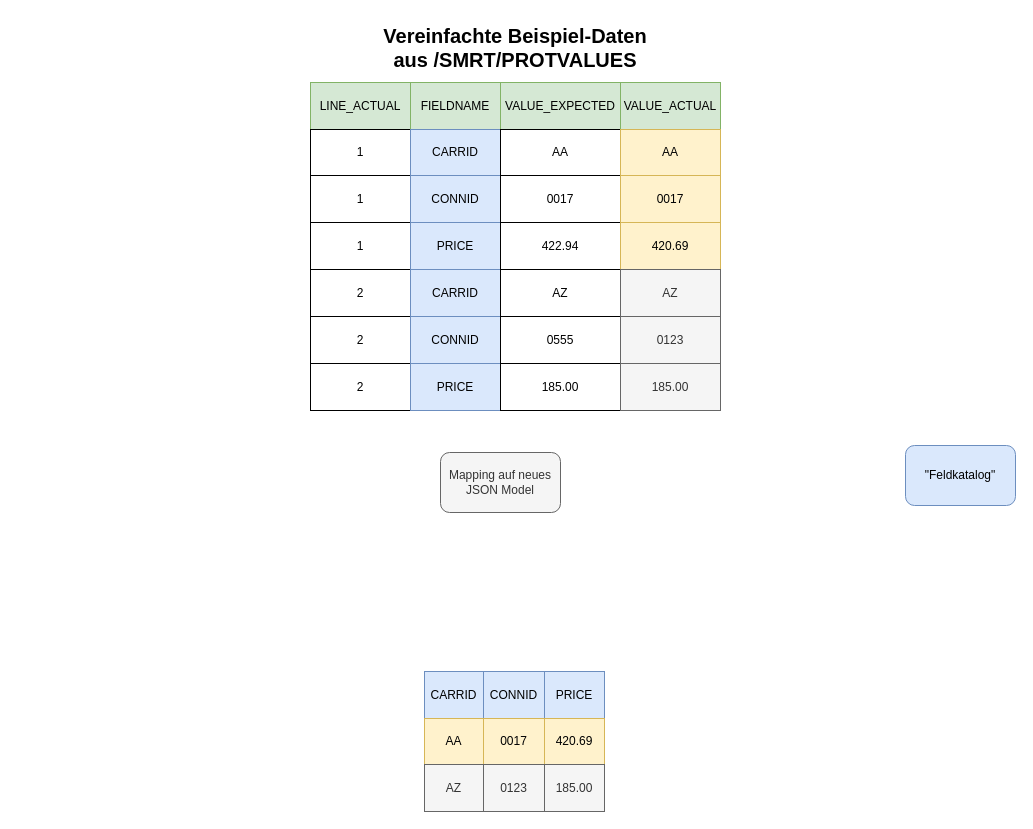
The draw.io diagram Strukturierte Ansicht Daten-Transformation.drawio in Raaphaaa/UI5-Playground, before the edit. Source tidied: cells renumbered, new cells numbered last; positions are measured from the earlier drawing's top-left corner, leaving out a move shared by most shapes. Both pictures are drawn from the tidied source at 100%, with x=0, y=0 at pixel (310, 17).
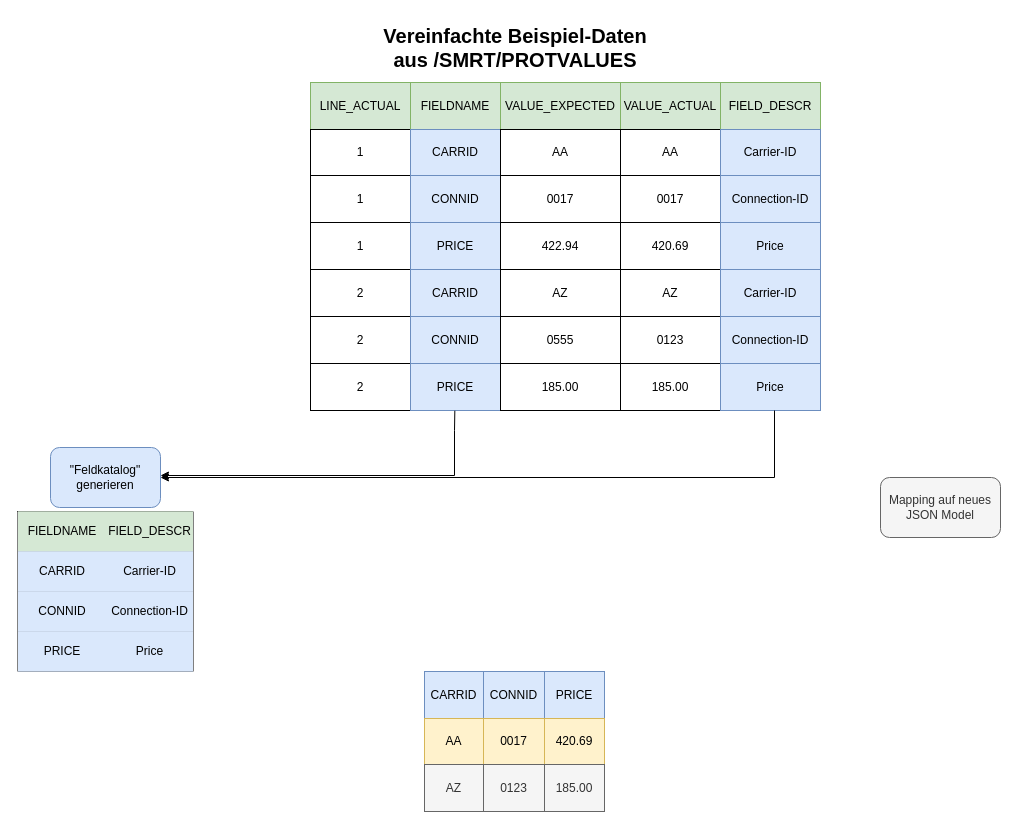
The same page after the edit.

What changed in the source:
```diff
@@
     <mxCell id="2" style="childLayout=tableLayout;shadow=0;fillColor=none;" parent="1" vertex="1">
-      <mxGeometry y="65" width="410" height="328" as="geometry" />
+      <mxGeometry y="65" width="510" height="328" as="geometry" />
     </mxCell>
     <mxCell id="3" style="shape=tableRow;horizontal=0;startSize=0;swimlaneHead=0;swimlaneBody=0;top=0;left=0;bottom=0;right=0;fontStyle=0;fillColor=#d5e8d4;strokeColor=#82b366;" parent="2" vertex="1">
-      <mxGeometry width="410" height="47" as="geometry" />
+      <mxGeometry width="510" height="47" as="geometry" />
     </mxCell>
@@
+    <mxCell id="54" value="FIELD_DESCR" style="strokeColor=#82b366;fillColor=#d5e8d4;align=center;whiteSpace=wrap;html=1;" parent="3" vertex="1">
+      <mxGeometry x="410" width="100" height="47" as="geometry" />
+    </mxCell>
     <mxCell id="8" style="shape=tableRow;horizontal=0;startSize=0;swimlaneHead=0;swimlaneBody=0;top=0;left=0;bottom=0;right=0;fontStyle=0;fillColor=#fff2cc;strokeColor=#d6b656;" parent="2" vertex="1">
-      <mxGeometry y="47" width="410" height="46" as="geometry" />
+      <mxGeometry y="47" width="510" height="46" as="geometry" />
     </mxCell>
@@
-    <mxCell id="12" value="AA" style="strokeColor=#d6b656;fillColor=#fff2cc;align=center;whiteSpace=wrap;html=1;" parent="8" vertex="1">
+    <mxCell id="12" value="AA" style="align=center;whiteSpace=wrap;html=1;" parent="8" vertex="1">
       <mxGeometry x="310" width="100" height="46" as="geometry" />
     </mxCell>
+    <mxCell id="55" value="Carrier-ID" style="strokeColor=#6c8ebf;fillColor=#dae8fc;align=center;whiteSpace=wrap;html=1;" parent="8" vertex="1">
+      <mxGeometry x="410" width="100" height="46" as="geometry" />
+    </mxCell>
     <mxCell id="13" style="shape=tableRow;horizontal=0;startSize=0;swimlaneHead=0;swimlaneBody=0;top=0;left=0;bottom=0;right=0;fontStyle=0;fillColor=#fff2cc;strokeColor=#d6b656;" parent="2" vertex="1">
-      <mxGeometry y="93" width="410" height="47" as="geometry" />
+      <mxGeometry y="93" width="510" height="47" as="geometry" />
     </mxCell>
@@
-    <mxCell id="17" value="0017" style="strokeColor=#d6b656;fillColor=#fff2cc;align=center;whiteSpace=wrap;html=1;" parent="13" vertex="1">
+    <mxCell id="17" value="0017" style="align=center;whiteSpace=wrap;html=1;" parent="13" vertex="1">
       <mxGeometry x="310" width="100" height="47" as="geometry" />
     </mxCell>
+    <mxCell id="56" value="Connection-ID" style="strokeColor=#6c8ebf;fillColor=#dae8fc;align=center;whiteSpace=wrap;html=1;" parent="13" vertex="1">
+      <mxGeometry x="410" width="100" height="47" as="geometry" />
+    </mxCell>
     <mxCell id="18" style="shape=tableRow;horizontal=0;startSize=0;swimlaneHead=0;swimlaneBody=0;top=0;left=0;bottom=0;right=0;fontStyle=0;fillColor=#fff2cc;strokeColor=#d6b656;" parent="2" vertex="1">
-      <mxGeometry y="140" width="410" height="47" as="geometry" />
+      <mxGeometry y="140" width="510" height="47" as="geometry" />
     </mxCell>
@@
-    <mxCell id="22" value="420.69" style="strokeColor=#d6b656;fillColor=#fff2cc;align=center;whiteSpace=wrap;html=1;" parent="18" vertex="1">
+    <mxCell id="22" value="420.69" style="align=center;whiteSpace=wrap;html=1;" parent="18" vertex="1">
       <mxGeometry x="310" width="100" height="47" as="geometry" />
     </mxCell>
+    <mxCell id="57" value="Price" style="strokeColor=#6c8ebf;fillColor=#dae8fc;align=center;whiteSpace=wrap;html=1;" parent="18" vertex="1">
+      <mxGeometry x="410" width="100" height="47" as="geometry" />
+    </mxCell>
     <mxCell id="23" style="shape=tableRow;horizontal=0;startSize=0;swimlaneHead=0;swimlaneBody=0;top=0;left=0;bottom=0;right=0;fontStyle=0;fillColor=#f5f5f5;strokeColor=#666666;fontColor=#333333;" parent="2" vertex="1">
-      <mxGeometry y="187" width="410" height="47" as="geometry" />
+      <mxGeometry y="187" width="510" height="47" as="geometry" />
     </mxCell>
@@
-    <mxCell id="27" value="AZ" style="strokeColor=#666666;fillColor=#f5f5f5;align=center;whiteSpace=wrap;html=1;fontColor=#333333;" parent="23" vertex="1">
+    <mxCell id="27" value="AZ" style="align=center;whiteSpace=wrap;html=1;" parent="23" vertex="1">
       <mxGeometry x="310" width="100" height="47" as="geometry" />
     </mxCell>
+    <mxCell id="58" value="Carrier-ID" style="strokeColor=#6c8ebf;fillColor=#dae8fc;align=center;whiteSpace=wrap;html=1;" parent="23" vertex="1">
+      <mxGeometry x="410" width="100" height="47" as="geometry" />
+    </mxCell>
     <mxCell id="28" style="shape=tableRow;horizontal=0;startSize=0;swimlaneHead=0;swimlaneBody=0;top=0;left=0;bottom=0;right=0;fontStyle=0;fillColor=#f5f5f5;strokeColor=#666666;fontColor=#333333;" parent="2" vertex="1">
-      <mxGeometry y="234" width="410" height="47" as="geometry" />
+      <mxGeometry y="234" width="510" height="47" as="geometry" />
     </mxCell>
@@
-    <mxCell id="32" value="0123" style="strokeColor=#666666;fillColor=#f5f5f5;align=center;whiteSpace=wrap;html=1;fontColor=#333333;" parent="28" vertex="1">
+    <mxCell id="32" value="0123" style="align=center;whiteSpace=wrap;html=1;" parent="28" vertex="1">
       <mxGeometry x="310" width="100" height="47" as="geometry" />
     </mxCell>
+    <mxCell id="59" value="Connection-ID" style="strokeColor=#6c8ebf;fillColor=#dae8fc;align=center;whiteSpace=wrap;html=1;" parent="28" vertex="1">
+      <mxGeometry x="410" width="100" height="47" as="geometry" />
+    </mxCell>
     <mxCell id="33" style="shape=tableRow;horizontal=0;startSize=0;swimlaneHead=0;swimlaneBody=0;top=0;left=0;bottom=0;right=0;fontStyle=0;fillColor=#f5f5f5;strokeColor=#666666;fontColor=#333333;" parent="2" vertex="1">
-      <mxGeometry y="281" width="410" height="47" as="geometry" />
+      <mxGeometry y="281" width="510" height="47" as="geometry" />
     </mxCell>
@@
-    <mxCell id="37" value="185.00" style="strokeColor=#666666;fillColor=#f5f5f5;align=center;whiteSpace=wrap;html=1;fontColor=#333333;" parent="33" vertex="1">
+    <mxCell id="37" value="185.00" style="align=center;whiteSpace=wrap;html=1;" parent="33" vertex="1">
       <mxGeometry x="310" width="100" height="47" as="geometry" />
     </mxCell>
+    <mxCell id="60" value="Price" style="strokeColor=#6c8ebf;fillColor=#dae8fc;align=center;whiteSpace=wrap;html=1;" parent="33" vertex="1">
+      <mxGeometry x="410" width="100" height="47" as="geometry" />
+    </mxCell>
@@
+    <mxCell id="61" style="edgeStyle=orthogonalEdgeStyle;rounded=0;jettySize=auto;html=1;entryX=0.283;entryY=1.006;entryDx=0;entryDy=0;entryPerimeter=0;startArrow=classic;startFill=1;endArrow=none;endFill=0;" parent="1" edge="1" source="51" target="33">
+      <mxGeometry relative="1" as="geometry">
+        <Array as="points">
+          <mxPoint x="144" y="458" />
+          <mxPoint x="144" y="413" />
+        </Array>
+      </mxGeometry>
+    </mxCell>
+    <mxCell id="62" style="edgeStyle=orthogonalEdgeStyle;rounded=0;jettySize=auto;html=1;strokeColor=default;align=center;verticalAlign=middle;fontFamily=Helvetica;fontSize=11;fontColor=default;labelBackgroundColor=default;startArrow=classic;startFill=1;endArrow=none;endFill=0;" parent="1" edge="1" source="51" target="33">
+      <mxGeometry relative="1" as="geometry">
+        <Array as="points">
+          <mxPoint x="464" y="460" />
+        </Array>
+      </mxGeometry>
+    </mxCell>
-    <mxCell id="51" value="&quot;Feldkatalog&quot;" style="rounded=1;whiteSpace=wrap;html=1;fillColor=#dae8fc;strokeColor=#6c8ebf;" parent="1" vertex="1">
-      <mxGeometry x="595" y="428" width="110" height="60" as="geometry" />
+    <mxCell id="51" value="&quot;Feldkatalog&quot; generieren" style="rounded=1;whiteSpace=wrap;html=1;fillColor=#dae8fc;strokeColor=#6c8ebf;" parent="1" vertex="1">
+      <mxGeometry x="-260" y="430" width="110" height="60" as="geometry" />
     </mxCell>
     <mxCell id="52" value="Mapping auf neues JSON Model" style="rounded=1;whiteSpace=wrap;html=1;fillColor=#f5f5f5;strokeColor=#666666;fontColor=#333333;" parent="1" vertex="1">
-      <mxGeometry x="130" y="435" width="120" height="60" as="geometry" />
+      <mxGeometry x="570" y="460" width="120" height="60" as="geometry" />
     </mxCell>
@@
+    <mxCell id="63" style="shape=table;startSize=0;childLayout=tableLayout;fontSize=16;" parent="1" vertex="1">
+      <mxGeometry x="-292.5" y="494" width="175" height="160" as="geometry" />
+    </mxCell>
+    <mxCell id="64" style="shape=tableRow;horizontal=0;startSize=0;swimlaneHead=0;swimlaneBody=0;strokeColor=#82b366;top=0;left=0;bottom=0;right=0;fillColor=#d5e8d4;fontSize=12;align=center;verticalAlign=middle;fontFamily=Helvetica;fontColor=default;" parent="63" vertex="1">
+      <mxGeometry width="175" height="40" as="geometry" />
+    </mxCell>
+    <mxCell id="65" value="FIELDNAME" style="shape=partialRectangle;html=1;whiteSpace=wrap;strokeColor=#82b366;overflow=hidden;fillColor=#d5e8d4;top=0;left=0;bottom=0;right=0;fontSize=12;align=center;verticalAlign=middle;fontFamily=Helvetica;fontColor=default;" parent="64" vertex="1">
+      <mxGeometry width="88" height="40" as="geometry" />
+    </mxCell>
+    <mxCell id="66" value="FIELD_DESCR" style="shape=partialRectangle;html=1;whiteSpace=wrap;strokeColor=#82b366;overflow=hidden;fillColor=#d5e8d4;top=0;left=0;bottom=0;right=0;fontSize=12;align=center;verticalAlign=middle;fontFamily=Helvetica;fontColor=default;" parent="64" vertex="1">
+      <mxGeometry x="88" width="87" height="40" as="geometry" />
+    </mxCell>
+    <mxCell id="67" style="shape=tableRow;horizontal=0;startSize=0;swimlaneHead=0;swimlaneBody=0;strokeColor=#6c8ebf;top=0;left=0;bottom=0;right=0;fillColor=#dae8fc;fontSize=12;" parent="63" vertex="1">
+      <mxGeometry y="40" width="175" height="40" as="geometry" />
+    </mxCell>
+    <mxCell id="68" value="CARRID" style="shape=partialRectangle;html=1;whiteSpace=wrap;strokeColor=#6c8ebf;overflow=hidden;fillColor=#dae8fc;top=0;left=0;bottom=0;right=0;fontSize=12;" parent="67" vertex="1">
+      <mxGeometry width="88" height="40" as="geometry" />
+    </mxCell>
+    <mxCell id="69" value="Carrier-ID" style="shape=partialRectangle;html=1;whiteSpace=wrap;strokeColor=#6c8ebf;overflow=hidden;fillColor=#dae8fc;top=0;left=0;bottom=0;right=0;fontSize=12;" parent="67" vertex="1">
+      <mxGeometry x="88" width="87" height="40" as="geometry" />
+    </mxCell>
+    <mxCell id="70" style="shape=tableRow;horizontal=0;startSize=0;swimlaneHead=0;swimlaneBody=0;strokeColor=#6c8ebf;top=0;left=0;bottom=0;right=0;fillColor=#dae8fc;fontSize=12;" parent="63" vertex="1">
+      <mxGeometry y="80" width="175" height="40" as="geometry" />
+    </mxCell>
+    <mxCell id="71" value="CONNID" style="shape=partialRectangle;html=1;whiteSpace=wrap;strokeColor=#6c8ebf;overflow=hidden;fillColor=#dae8fc;top=0;left=0;bottom=0;right=0;fontSize=12;" parent="70" vertex="1">
+      <mxGeometry width="88" height="40" as="geometry" />
+    </mxCell>
+    <mxCell id="72" value="Connection-ID" style="shape=partialRectangle;html=1;whiteSpace=wrap;strokeColor=#6c8ebf;overflow=hidden;fillColor=#dae8fc;top=0;left=0;bottom=0;right=0;fontSize=12;" parent="70" vertex="1">
+      <mxGeometry x="88" width="87" height="40" as="geometry" />
+    </mxCell>
+    <mxCell id="73" style="shape=tableRow;horizontal=0;startSize=0;swimlaneHead=0;swimlaneBody=0;strokeColor=#6c8ebf;top=0;left=0;bottom=0;right=0;fillColor=#dae8fc;fontSize=12;" parent="63" vertex="1">
+      <mxGeometry y="120" width="175" height="40" as="geometry" />
+    </mxCell>
+    <mxCell id="74" value="PRICE" style="shape=partialRectangle;html=1;whiteSpace=wrap;strokeColor=#6c8ebf;overflow=hidden;fillColor=#dae8fc;top=0;left=0;bottom=0;right=0;fontSize=12;" parent="73" vertex="1">
+      <mxGeometry width="88" height="40" as="geometry" />
+    </mxCell>
+    <mxCell id="75" value="Price" style="shape=partialRectangle;html=1;whiteSpace=wrap;strokeColor=#6c8ebf;overflow=hidden;fillColor=#dae8fc;top=0;left=0;bottom=0;right=0;fontSize=12;" parent="73" vertex="1">
+      <mxGeometry x="88" width="87" height="40" as="geometry" />
+    </mxCell>
```
